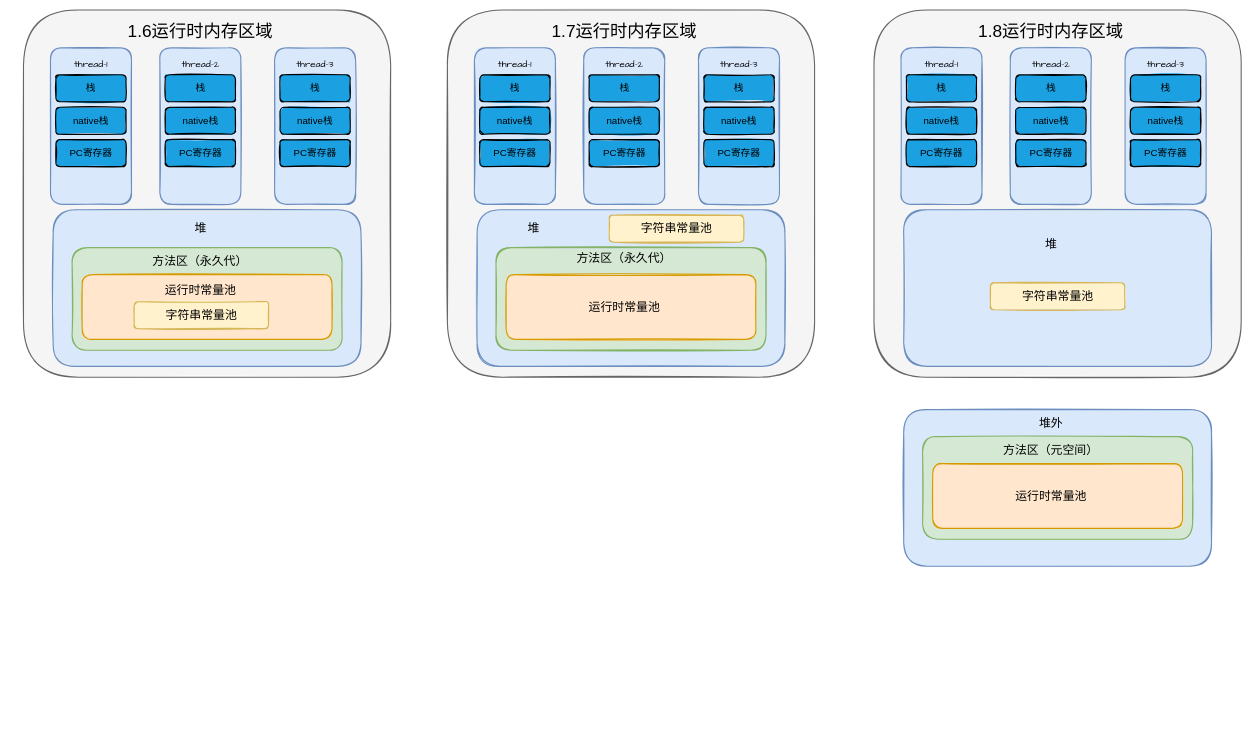
Nortyr/monk_note keeps this draw.io diagram as interview_questions/未命名绘图.drawio. Above is the earlier version. Source tidied: cells renumbered, new cells numbered last; positions are measured from the earlier drawing's top-left corner, leaving out a move shared by most shapes. Both pictures are drawn from the tidied source at 54%, with x=0, y=0 at pixel (23, 10).
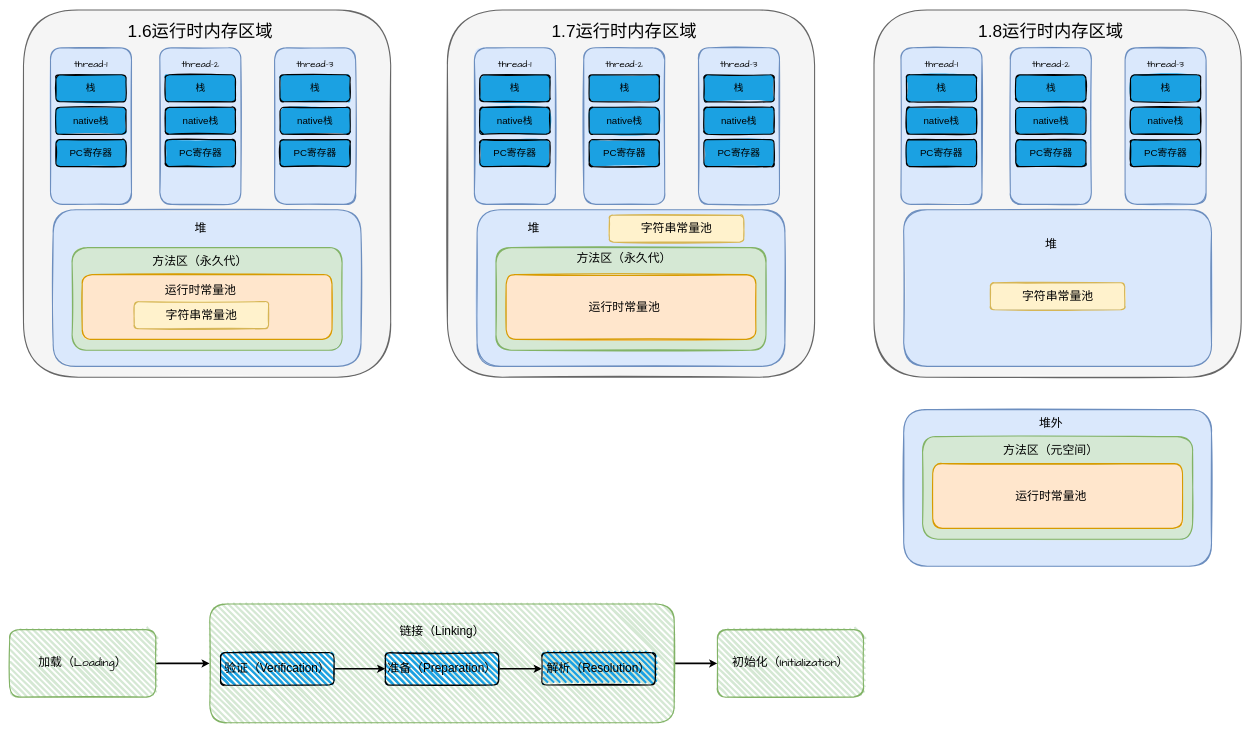
Above is the later version.

Commit message:
更新未命名绘图.drawio

The edit, as a diff of the source:
```diff
@@
+    <mxCell id="76" style="edgeStyle=orthogonalEdgeStyle;rounded=0;jettySize=auto;html=1;entryX=0;entryY=0.5;entryDx=0;entryDy=0;strokeWidth=3;" parent="1" edge="1" source="77" target="79">
+      <mxGeometry relative="1" as="geometry" />
+    </mxCell>
+    <mxCell id="77" value="&lt;font face=&quot;Comic Sans MS&quot; style=&quot;font-size: 22px;&quot;&gt;加载（Loading）&lt;/font&gt;" style="rounded=1;whiteSpace=wrap;html=1;strokeWidth=2;fillWeight=4;hachureGap=8;hachureAngle=45;fillColor=#d5e8d4;sketch=1;strokeColor=#82b366;" parent="1" vertex="1">
+      <mxGeometry x="-25.6" y="1147.5" width="270.6" height="125" as="geometry" />
+    </mxCell>
+    <mxCell id="78" style="edgeStyle=orthogonalEdgeStyle;rounded=0;jettySize=auto;html=1;exitX=1;exitY=0.5;exitDx=0;exitDy=0;strokeWidth=3;" parent="1" edge="1" source="79" target="86">
+      <mxGeometry relative="1" as="geometry" />
+    </mxCell>
+    <mxCell id="79" style="rounded=1;whiteSpace=wrap;html=1;strokeWidth=2;fillWeight=4;hachureGap=8;hachureAngle=45;fillColor=#d5e8d4;sketch=1;strokeColor=#82b366;" parent="1" vertex="1">
+      <mxGeometry x="345" y="1100" width="860" height="220" as="geometry" />
+    </mxCell>
+    <mxCell id="80" value="链接（Linking）" style="text;strokeColor=none;fillColor=none;html=1;fontSize=22;fontStyle=0;verticalAlign=middle;align=center;" parent="1" vertex="1">
+      <mxGeometry x="725" y="1130" width="100" height="40" as="geometry" />
+    </mxCell>
+    <mxCell id="81" style="edgeStyle=orthogonalEdgeStyle;rounded=0;jettySize=auto;html=1;exitX=1;exitY=0.5;exitDx=0;exitDy=0;strokeWidth=3;" parent="1" edge="1" source="82" target="84">
+      <mxGeometry relative="1" as="geometry" />
+    </mxCell>
+    <mxCell id="82" value="&lt;font style=&quot;font-size: 22px;&quot;&gt;验证（Verification）&lt;/font&gt;" style="rounded=1;whiteSpace=wrap;html=1;strokeWidth=2;fillWeight=4;hachureGap=8;hachureAngle=45;fillColor=#1ba1e2;sketch=1;" parent="1" vertex="1">
+      <mxGeometry x="365" y="1190" width="210" height="60" as="geometry" />
+    </mxCell>
+    <mxCell id="83" style="edgeStyle=orthogonalEdgeStyle;rounded=0;jettySize=auto;html=1;exitX=1;exitY=0.5;exitDx=0;exitDy=0;entryX=0;entryY=0.5;entryDx=0;entryDy=0;strokeWidth=3;" parent="1" edge="1" source="84" target="85">
+      <mxGeometry relative="1" as="geometry" />
+    </mxCell>
+    <mxCell id="84" value="&lt;font style=&quot;font-size: 22px;&quot;&gt;准备（Preparation）&lt;/font&gt;" style="rounded=1;whiteSpace=wrap;html=1;strokeWidth=2;fillWeight=4;hachureGap=8;hachureAngle=45;fillColor=#1ba1e2;sketch=1;" parent="1" vertex="1">
+      <mxGeometry x="670" y="1190" width="210" height="60" as="geometry" />
+    </mxCell>
+    <mxCell id="85" value="&lt;font style=&quot;font-size: 22px;&quot;&gt;解析（Resolution）&lt;/font&gt;" style="rounded=1;whiteSpace=wrap;html=1;strokeWidth=2;fillWeight=4;hachureGap=8;hachureAngle=45;fillColor=#1ba1e2;sketch=1;" parent="1" vertex="1">
+      <mxGeometry x="960" y="1190" width="210" height="60" as="geometry" />
+    </mxCell>
+    <mxCell id="86" value="&lt;font style=&quot;font-size: 22px;&quot; face=&quot;Comic Sans MS&quot;&gt;初始化（Initialization）&lt;/font&gt;" style="rounded=1;whiteSpace=wrap;html=1;strokeWidth=2;fillWeight=4;hachureGap=8;hachureAngle=45;fillColor=#d5e8d4;sketch=1;strokeColor=#82b366;" parent="1" vertex="1">
+      <mxGeometry x="1285" y="1147.5" width="270.6" height="125" as="geometry" />
+    </mxCell>
```
